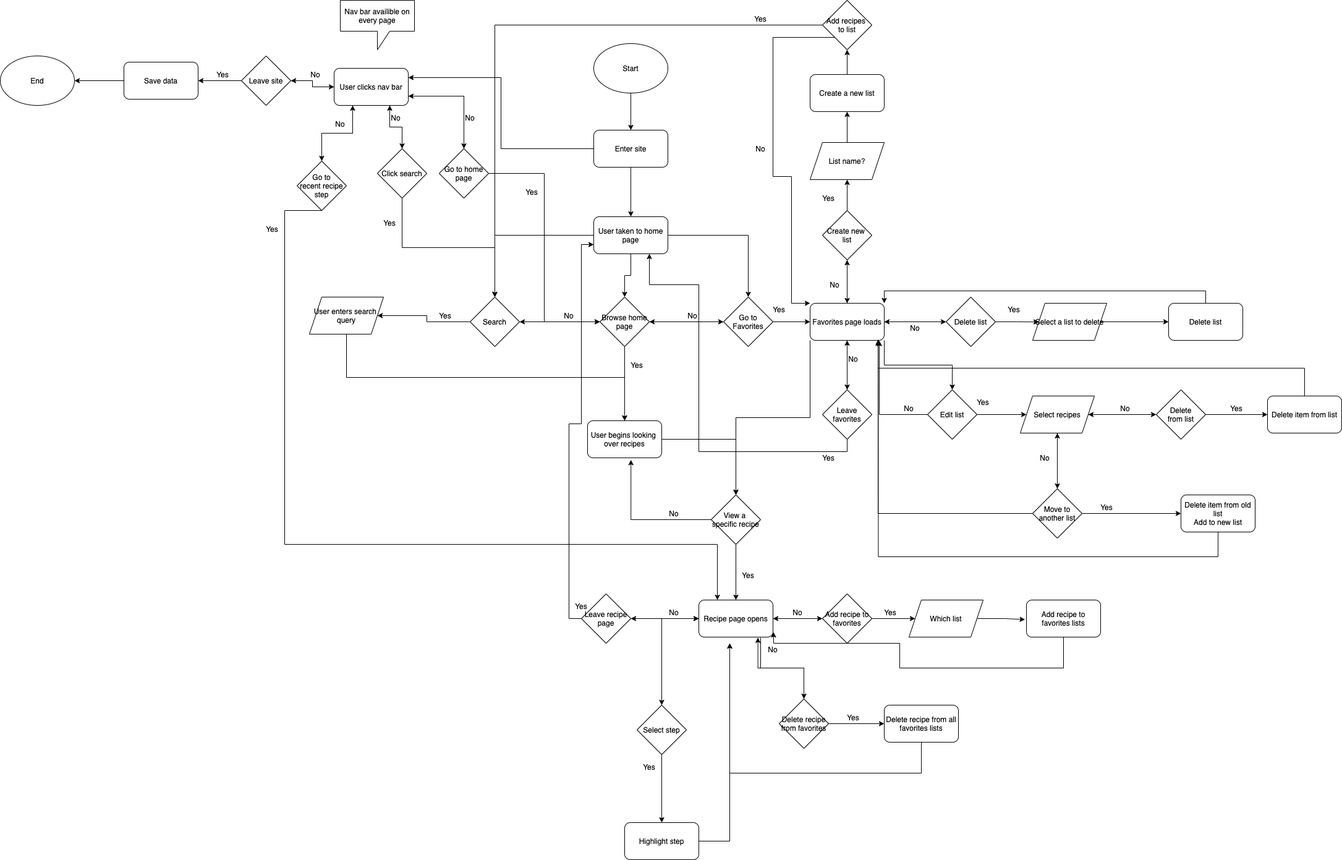
cse110-fa21-group22/cse110-fa21-group22 keeps this draw.io diagram as specs/brainstorm/uml.drawio.png. Above is the earlier version. Source tidied: cells renumbered, new cells last; positions are measured from the earlier drawing's top-left corner, leaving out a move shared by most shapes.
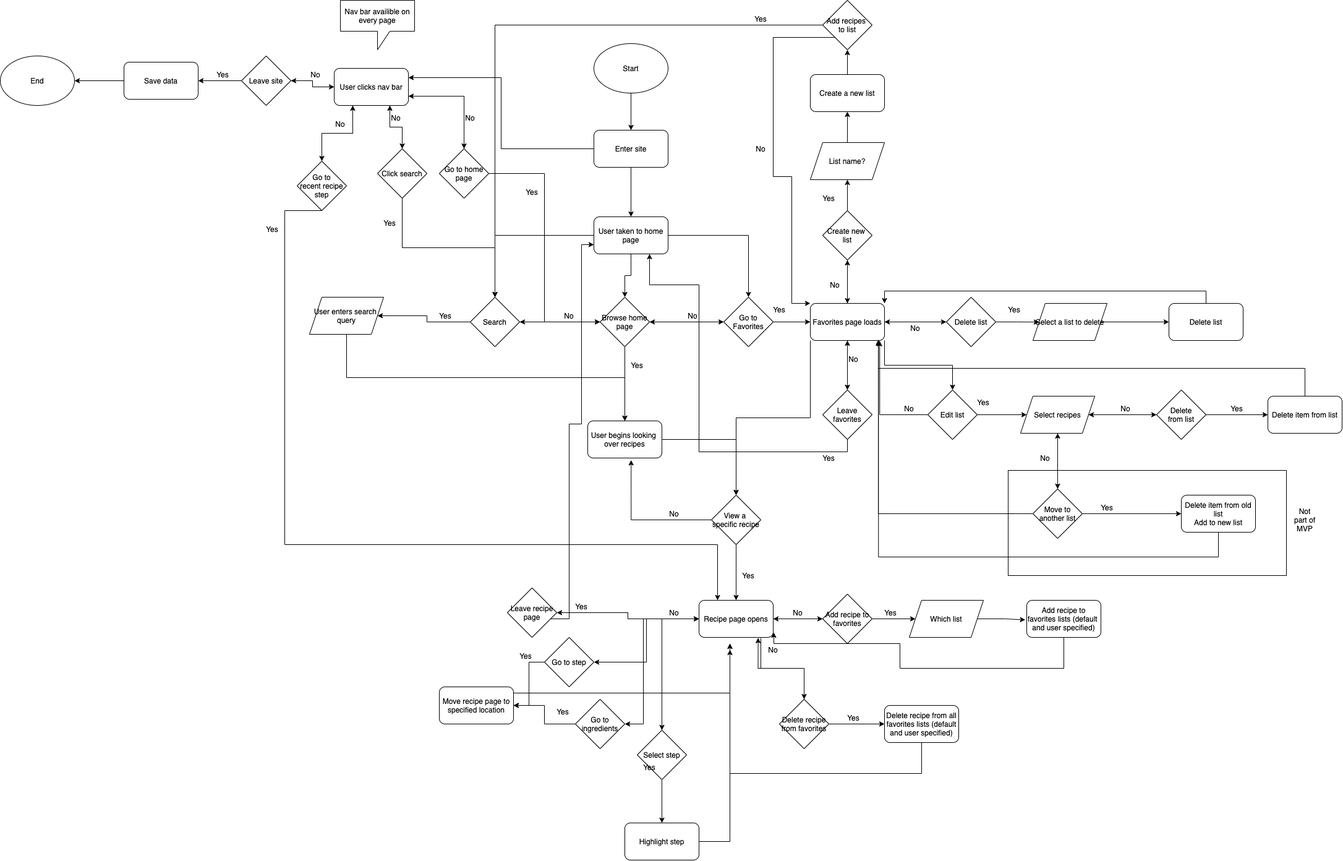
The same diagram one commit later.

Commit message:
uml/notes

Change to the diagram source:
```diff
@@ -115,6 +115,17 @@
         </Array>
       </mxGeometry>
     </mxCell>
+    <mxCell id="153" style="edgeStyle=orthogonalEdgeStyle;rounded=0;jettySize=auto;html=1;" parent="1" edge="1" source="32" target="158">
+      <mxGeometry relative="1" as="geometry" />
+    </mxCell>
+    <mxCell id="154" style="edgeStyle=orthogonalEdgeStyle;rounded=0;jettySize=auto;html=1;" parent="1" edge="1" source="32" target="160">
+      <mxGeometry relative="1" as="geometry">
+        <Array as="points">
+          <mxPoint x="1040" y="1000" />
+          <mxPoint x="1040" y="1170" />
+        </Array>
+      </mxGeometry>
+    </mxCell>
     <mxCell id="32" value="Recipe page opens" style="rounded=1;whiteSpace=wrap;html=1;" parent="1" vertex="1">
       <mxGeometry x="1130" y="970" width="120" height="60" as="geometry" />
     </mxCell>
@@ -360,7 +371,7 @@
         </Array>
       </mxGeometry>
     </mxCell>
-    <mxCell id="98" value="Add recipe to favorites lists" style="rounded=1;whiteSpace=wrap;html=1;" parent="1" vertex="1">
+    <mxCell id="98" value="Add recipe to favorites lists (default&amp;nbsp;&lt;br&gt;and user specified)" style="rounded=1;whiteSpace=wrap;html=1;" parent="1" vertex="1">
       <mxGeometry x="1660" y="970" width="120" height="60" as="geometry" />
     </mxCell>
     <mxCell id="99" style="edgeStyle=orthogonalEdgeStyle;rounded=0;jettySize=auto;html=1;" parent="1" edge="1" source="100">
@@ -372,7 +383,7 @@
         </Array>
       </mxGeometry>
     </mxCell>
-    <mxCell id="100" value="Delete recipe from all&lt;br&gt;favorites lists" style="rounded=1;whiteSpace=wrap;html=1;" parent="1" vertex="1">
+    <mxCell id="100" value="Delete recipe from all&lt;br&gt;favorites lists (default&lt;br&gt;and user specified)" style="rounded=1;whiteSpace=wrap;html=1;" parent="1" vertex="1">
       <mxGeometry x="1430" y="1140" width="120" height="60" as="geometry" />
     </mxCell>
     <mxCell id="101" style="edgeStyle=orthogonalEdgeStyle;rounded=0;jettySize=auto;html=1;" parent="1" edge="1" source="103">
@@ -391,7 +402,7 @@
       </mxGeometry>
     </mxCell>
     <mxCell id="103" value="Leave recipe&lt;br&gt;page" style="rhombus;whiteSpace=wrap;html=1;" parent="1" vertex="1">
-      <mxGeometry x="940" y="960" width="80" height="80" as="geometry" />
+      <mxGeometry x="820" y="950" width="80" height="80" as="geometry" />
     </mxCell>
     <mxCell id="104" style="edgeStyle=orthogonalEdgeStyle;rounded=0;jettySize=auto;html=1;entryX=0;entryY=0.5;entryDx=0;entryDy=0;" parent="1" edge="1" source="106" target="32">
       <mxGeometry relative="1" as="geometry">
@@ -404,7 +415,7 @@
       <mxGeometry relative="1" as="geometry" />
     </mxCell>
     <mxCell id="106" value="Select step" style="rhombus;whiteSpace=wrap;html=1;" parent="1" vertex="1">
-      <mxGeometry x="1030" y="1140" width="80" height="80" as="geometry" />
+      <mxGeometry x="1030" y="1180" width="80" height="80" as="geometry" />
     </mxCell>
     <mxCell id="107" style="edgeStyle=orthogonalEdgeStyle;rounded=0;jettySize=auto;html=1;" parent="1" edge="1" source="108">
       <mxGeometry relative="1" as="geometry">
@@ -565,5 +576,40 @@
     <mxCell id="152" value="No" style="text;html=1;strokeColor=none;fillColor=none;align=center;verticalAlign=middle;whiteSpace=wrap;rounded=0;" parent="1" vertex="1">
       <mxGeometry x="1800" y="650" width="40" height="20" as="geometry" />
     </mxCell>
+    <mxCell id="155" style="rounded=0;whiteSpace=wrap;html=1;fillColor=none;" parent="1" vertex="1">
+      <mxGeometry x="1630" y="760" width="450" height="170" as="geometry" />
+    </mxCell>
+    <mxCell id="156" value="Not part of MVP" style="text;html=1;strokeColor=none;fillColor=none;align=center;verticalAlign=middle;whiteSpace=wrap;rounded=0;" parent="1" vertex="1">
+      <mxGeometry x="2090" y="830" width="40" height="20" as="geometry" />
+    </mxCell>
+    <mxCell id="157" style="edgeStyle=orthogonalEdgeStyle;rounded=0;jettySize=auto;html=1;" parent="1" edge="1" source="158" target="164">
+      <mxGeometry relative="1" as="geometry" />
+    </mxCell>
+    <mxCell id="158" value="Go to step" style="rhombus;whiteSpace=wrap;html=1;" parent="1" vertex="1">
+      <mxGeometry x="880" y="1030" width="80" height="80" as="geometry" />
+    </mxCell>
+    <mxCell id="159" style="edgeStyle=orthogonalEdgeStyle;rounded=0;jettySize=auto;html=1;entryX=1;entryY=0.5;entryDx=0;entryDy=0;" parent="1" edge="1" source="160" target="164">
+      <mxGeometry relative="1" as="geometry" />
+    </mxCell>
+    <mxCell id="160" value="Go to ingredients" style="rhombus;whiteSpace=wrap;html=1;" parent="1" vertex="1">
+      <mxGeometry x="930" y="1130" width="80" height="80" as="geometry" />
+    </mxCell>
+    <mxCell id="161" value="Yes" style="text;html=1;strokeColor=none;fillColor=none;align=center;verticalAlign=middle;whiteSpace=wrap;rounded=0;" parent="1" vertex="1">
+      <mxGeometry x="830" y="1050" width="40" height="20" as="geometry" />
+    </mxCell>
+    <mxCell id="162" value="Yes" style="text;html=1;strokeColor=none;fillColor=none;align=center;verticalAlign=middle;whiteSpace=wrap;rounded=0;" parent="1" vertex="1">
+      <mxGeometry x="890" y="1140" width="40" height="20" as="geometry" />
+    </mxCell>
+    <mxCell id="163" style="edgeStyle=orthogonalEdgeStyle;rounded=0;jettySize=auto;html=1;" parent="1" edge="1" source="164">
+      <mxGeometry relative="1" as="geometry">
+        <mxPoint x="1180" y="1050" as="targetPoint" />
+        <Array as="points">
+          <mxPoint x="1180" y="1120" />
+        </Array>
+      </mxGeometry>
+    </mxCell>
+    <mxCell id="164" value="Move recipe page to specified location" style="rounded=1;whiteSpace=wrap;html=1;" parent="1" vertex="1">
+      <mxGeometry x="710" y="1110" width="120" height="60" as="geometry" />
+    </mxCell>
   </root>
 </mxGraphModel>
```
